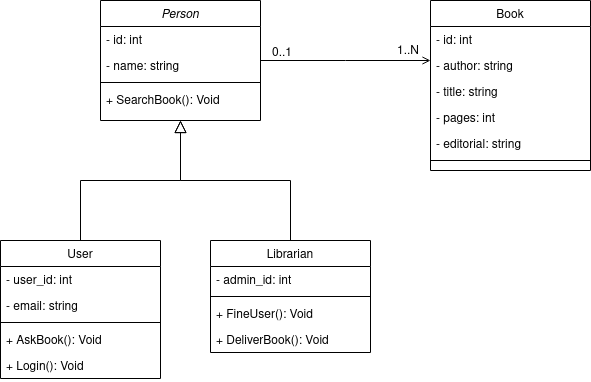
Before: diagramas_clase/biblioteca/diagrama-clase-biblioteca.drawio.png, a diagram exported from draw.io (JesusLugo2002/ETS). Source tidied: cells renumbered, new cells last; positions are measured from the earlier drawing's top-left corner, leaving out a move shared by most shapes.
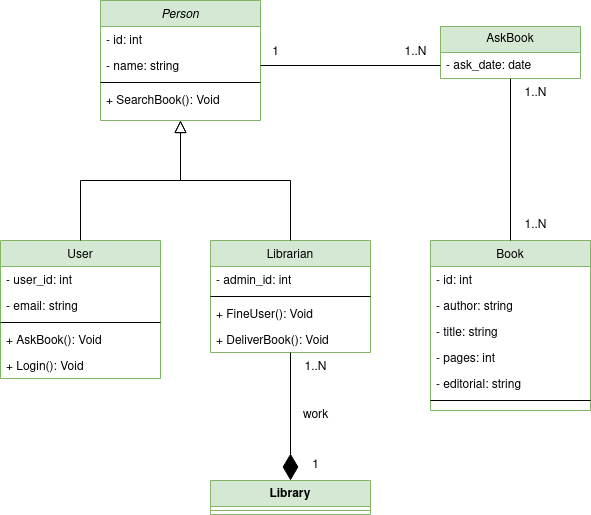
The same diagram one commit later.

The edit, as a diff of the source:
```diff
@@ -2,7 +2,7 @@
   <root>
     <mxCell id="0" />
     <mxCell id="1" parent="0" />
-    <mxCell id="2" value="Person" style="swimlane;fontStyle=2;align=center;verticalAlign=top;horizontal=1;startSize=26;rounded=0;shadow=0;strokeWidth=1;" parent="1" vertex="1">
+    <mxCell id="2" value="Person" style="swimlane;fontStyle=2;align=center;verticalAlign=top;horizontal=1;startSize=26;rounded=0;shadow=0;strokeWidth=1;fillColor=#d5e8d4;strokeColor=#82b366;" parent="1" vertex="1">
       <mxGeometry x="100" width="160" height="120" as="geometry" />
     </mxCell>
     <mxCell id="3" value="- id: int" style="text;align=left;verticalAlign=top;spacingLeft=4;spacingRight=4;overflow=hidden;" parent="2" vertex="1">
@@ -17,7 +17,7 @@
     <mxCell id="6" value="+ SearchBook(): Void" style="text;align=left;verticalAlign=top;spacingLeft=4;spacingRight=4;overflow=hidden;" parent="2" vertex="1">
       <mxGeometry y="86" width="160" height="26" as="geometry" />
     </mxCell>
-    <mxCell id="7" value="User" style="swimlane;fontStyle=0;align=center;verticalAlign=top;horizontal=1;startSize=26;rounded=0;shadow=0;strokeWidth=1;" parent="1" vertex="1">
+    <mxCell id="7" value="User" style="swimlane;fontStyle=0;align=center;verticalAlign=top;horizontal=1;startSize=26;rounded=0;shadow=0;strokeWidth=1;fillColor=#d5e8d4;strokeColor=#82b366;" parent="1" vertex="1">
       <mxGeometry y="240" width="160" height="138" as="geometry" />
     </mxCell>
     <mxCell id="8" value="- user_id: int" style="text;align=left;verticalAlign=top;spacingLeft=4;spacingRight=4;overflow=hidden;" parent="7" vertex="1">
@@ -38,7 +38,7 @@
     <mxCell id="13" style="endArrow=block;endSize=10;endFill=0;shadow=0;strokeWidth=1;rounded=0;edgeStyle=elbowEdgeStyle;elbow=vertical;" parent="1" edge="1" source="7" target="2">
       <mxGeometry relative="1" as="geometry" />
     </mxCell>
-    <mxCell id="14" value="Librarian" style="swimlane;fontStyle=0;align=center;verticalAlign=top;horizontal=1;startSize=26;rounded=0;shadow=0;strokeWidth=1;" parent="1" vertex="1">
+    <mxCell id="14" value="Librarian" style="swimlane;fontStyle=0;align=center;verticalAlign=top;horizontal=1;startSize=26;rounded=0;shadow=0;strokeWidth=1;fillColor=#d5e8d4;strokeColor=#82b366;" parent="1" vertex="1">
       <mxGeometry x="210" y="240" width="160" height="112" as="geometry" />
     </mxCell>
     <mxCell id="15" value="- admin_id: int" style="text;align=left;verticalAlign=top;spacingLeft=4;spacingRight=4;overflow=hidden;" parent="14" vertex="1">
@@ -56,8 +56,8 @@
     <mxCell id="19" style="endArrow=block;endSize=10;endFill=0;shadow=0;strokeWidth=1;rounded=0;edgeStyle=elbowEdgeStyle;elbow=vertical;" parent="1" edge="1" source="14" target="2">
       <mxGeometry relative="1" as="geometry" />
     </mxCell>
-    <mxCell id="20" value="Book" style="swimlane;fontStyle=0;align=center;verticalAlign=top;horizontal=1;startSize=26;rounded=0;shadow=0;strokeWidth=1;" parent="1" vertex="1">
-      <mxGeometry x="430" width="160" height="170" as="geometry" />
+    <mxCell id="20" value="Book" style="swimlane;fontStyle=0;align=center;verticalAlign=top;horizontal=1;startSize=26;rounded=0;shadow=0;strokeWidth=1;fillColor=#d5e8d4;strokeColor=#82b366;" parent="1" vertex="1">
+      <mxGeometry x="430" y="240" width="160" height="170" as="geometry" />
     </mxCell>
     <mxCell id="21" value="- id: int" style="text;align=left;verticalAlign=top;spacingLeft=4;spacingRight=4;overflow=hidden;" parent="20" vertex="1">
       <mxGeometry y="26" width="160" height="26" as="geometry" />
@@ -77,20 +77,47 @@
     <mxCell id="26" style="line;html=1;strokeWidth=1;align=left;verticalAlign=middle;spacingTop=-1;spacingLeft=3;spacingRight=3;labelPosition=right;" parent="20" vertex="1">
       <mxGeometry y="156" width="160" height="8" as="geometry" />
     </mxCell>
-    <mxCell id="27" style="endArrow=open;shadow=0;strokeWidth=1;rounded=0;endFill=1;edgeStyle=elbowEdgeStyle;elbow=vertical;" parent="1" edge="1" source="2" target="20">
-      <mxGeometry x="0.5" y="41" relative="1" as="geometry">
-        <mxPoint x="-40" y="32" as="offset" />
-      </mxGeometry>
-    </mxCell>
-    <mxCell id="28" value="0..1" style="align=left;verticalAlign=bottom;labelBackgroundColor=none;fontSize=12;" parent="27" vertex="1">
-      <mxGeometry x="-1" relative="1" as="geometry">
-        <mxPoint x="10" as="offset" />
-      </mxGeometry>
-    </mxCell>
-    <mxCell id="29" value="1..N" style="align=right;verticalAlign=bottom;labelBackgroundColor=none;fontSize=12;" parent="27" vertex="1">
-      <mxGeometry x="1" relative="1" as="geometry">
-        <mxPoint x="-10" y="-2" as="offset" />
-      </mxGeometry>
-    </mxCell>
+    <mxCell id="30" style="edgeStyle=orthogonalEdgeStyle;rounded=0;jettySize=auto;html=1;entryX=0.5;entryY=0;entryDx=0;entryDy=0;endArrow=none;endFill=0;" parent="1" edge="1" source="31" target="20">
+      <mxGeometry relative="1" as="geometry" />
+    </mxCell>
+    <mxCell id="31" value="AskBook" style="swimlane;fontStyle=0;horizontal=1;startSize=26;fillColor=#d5e8d4;whiteSpace=wrap;html=1;strokeColor=#82b366;" parent="1" vertex="1">
+      <mxGeometry x="440" y="26" width="140" height="52" as="geometry" />
+    </mxCell>
+    <mxCell id="32" value="- ask_date: date" style="text;strokeColor=none;fillColor=none;align=left;verticalAlign=top;spacingLeft=4;spacingRight=4;overflow=hidden;points=[[0,0.5],[1,0.5]];portConstraint=eastwest;whiteSpace=wrap;html=1;" parent="31" vertex="1">
+      <mxGeometry y="26" width="140" height="26" as="geometry" />
+    </mxCell>
+    <mxCell id="33" style="endArrow=none;html=1;edgeStyle=orthogonalEdgeStyle;rounded=0;entryX=0;entryY=0.5;entryDx=0;entryDy=0;exitX=1;exitY=0.5;exitDx=0;exitDy=0;" parent="1" edge="1" source="4" target="32">
+      <mxGeometry relative="1" as="geometry" />
+    </mxCell>
+    <mxCell id="34" value="1" style="text;html=1;align=center;verticalAlign=middle;strokeColor=none;fillColor=none;" parent="1" vertex="1">
+      <mxGeometry x="260" y="37" width="30" height="30" as="geometry" />
+    </mxCell>
+    <mxCell id="35" value="1..N" style="text;html=1;align=center;verticalAlign=middle;strokeColor=none;fillColor=none;" parent="1" vertex="1">
+      <mxGeometry x="390" y="37" width="50" height="30" as="geometry" />
+    </mxCell>
+    <mxCell id="36" value="1..N" style="text;html=1;align=center;verticalAlign=middle;strokeColor=none;fillColor=none;" parent="1" vertex="1">
+      <mxGeometry x="510" y="210" width="50" height="30" as="geometry" />
+    </mxCell>
+    <mxCell id="37" value="1..N" style="text;html=1;align=center;verticalAlign=middle;strokeColor=none;fillColor=none;" parent="1" vertex="1">
+      <mxGeometry x="510" y="78" width="50" height="30" as="geometry" />
+    </mxCell>
+    <mxCell id="38" value="Library" style="swimlane;fontStyle=1;align=center;verticalAlign=top;horizontal=1;startSize=26;whiteSpace=wrap;html=1;fillColor=#d5e8d4;strokeColor=#82b366;" parent="1" vertex="1">
+      <mxGeometry x="210" y="480" width="160" height="34" as="geometry" />
+    </mxCell>
+    <mxCell id="39" style="line;strokeWidth=1;fillColor=none;align=left;verticalAlign=middle;spacingTop=-1;spacingLeft=3;spacingRight=3;labelPosition=right;strokeColor=inherit;" parent="38" vertex="1">
+      <mxGeometry y="26" width="160" height="8" as="geometry" />
+    </mxCell>
+    <mxCell id="40" style="endArrow=diamondThin;endFill=1;endSize=24;html=1;rounded=0;entryX=0.5;entryY=0;entryDx=0;entryDy=0;exitX=0.5;exitY=1;exitDx=0;exitDy=0;" parent="1" edge="1" source="14" target="38">
+      <mxGeometry relative="1" as="geometry" />
+    </mxCell>
+    <mxCell id="41" value="work" style="text;html=1;align=center;verticalAlign=middle;strokeColor=none;fillColor=none;" parent="1" vertex="1">
+      <mxGeometry x="290" y="400" width="50" height="30" as="geometry" />
+    </mxCell>
+    <mxCell id="42" value="1" style="text;html=1;align=center;verticalAlign=middle;strokeColor=none;fillColor=none;" parent="1" vertex="1">
+      <mxGeometry x="300" y="450" width="30" height="30" as="geometry" />
+    </mxCell>
+    <mxCell id="43" value="1..N" style="text;html=1;align=center;verticalAlign=middle;strokeColor=none;fillColor=none;" parent="1" vertex="1">
+      <mxGeometry x="290" y="352" width="50" height="30" as="geometry" />
+    </mxCell>
   </root>
 </mxGraphModel>
```
